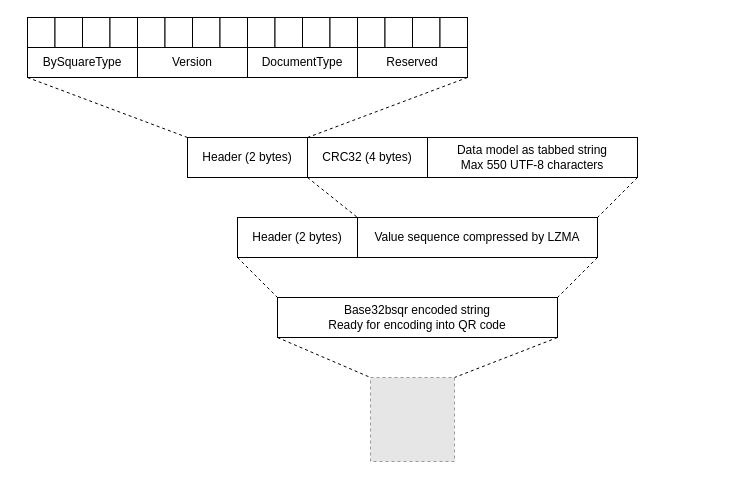
Above: docs/uml/logic.drawio in xseman/bysquare (draw.io), before the change. Source tidied: cells renumbered, new cells numbered last; positions are measured from the earlier drawing's top-left corner, leaving out a move shared by most shapes. Both pictures are drawn from the tidied source at 100%, with x=0, y=0 at pixel (27, 17). Pictures stored in the file or linked from it are replaced by grey dashed boxes.
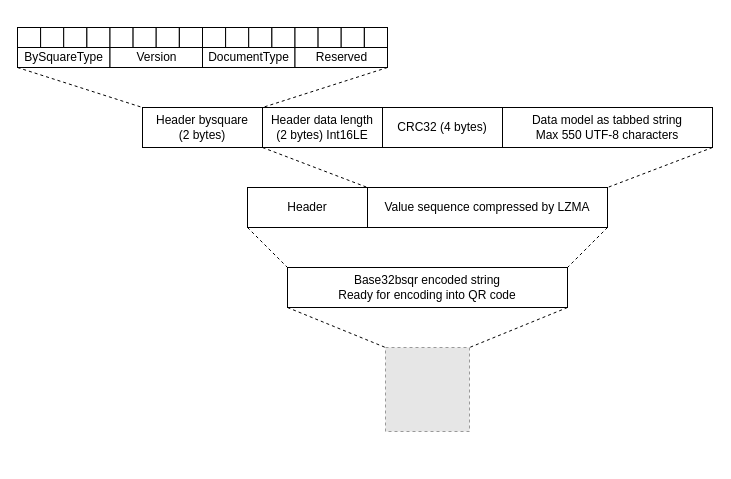
After the change.

The edit, as a diff of the source:
```diff
@@
-    <mxCell id="2" style="edgeStyle=none;rounded=1;html=1;exitX=1;exitY=1;exitDx=0;exitDy=0;entryX=1;entryY=0;entryDx=0;entryDy=0;dashed=1;endArrow=none;endFill=0;" parent="1" edge="1" source="3" target="6">
+    <mxCell id="2" style="edgeStyle=none;html=1;exitX=1;exitY=1;exitDx=0;exitDy=0;entryX=1;entryY=0;entryDx=0;entryDy=0;dashed=1;endArrow=none;endFill=0;rounded=0;" parent="1" edge="1" source="3" target="6">
       <mxGeometry relative="1" as="geometry" />
     </mxCell>
     <mxCell id="3" value="Value sequence compressed by LZMA" style="whiteSpace=wrap;html=1;rounded=0;" parent="1" vertex="1">
-      <mxGeometry x="330" y="200" width="240" height="40" as="geometry" />
+      <mxGeometry x="340" y="170" width="240" height="40" as="geometry" />
     </mxCell>
-    <mxCell id="4" style="edgeStyle=none;rounded=1;html=1;exitX=1;exitY=1;exitDx=0;exitDy=0;entryX=1;entryY=0;entryDx=0;entryDy=0;dashed=1;endArrow=none;endFill=0;" parent="1" edge="1" source="6" target="41">
+    <mxCell id="4" style="edgeStyle=none;html=1;exitX=1;exitY=1;exitDx=0;exitDy=0;entryX=1;entryY=0;entryDx=0;entryDy=0;dashed=1;endArrow=none;endFill=0;rounded=0;" parent="1" edge="1" source="6" target="41">
       <mxGeometry relative="1" as="geometry" />
     </mxCell>
-    <mxCell id="5" style="edgeStyle=none;rounded=1;html=1;exitX=0;exitY=1;exitDx=0;exitDy=0;entryX=0;entryY=0;entryDx=0;entryDy=0;dashed=1;endArrow=none;endFill=0;" parent="1" edge="1" source="6" target="41">
+    <mxCell id="5" style="edgeStyle=none;html=1;exitX=0;exitY=1;exitDx=0;exitDy=0;entryX=0;entryY=0;entryDx=0;entryDy=0;dashed=1;endArrow=none;endFill=0;rounded=0;" parent="1" edge="1" source="6" target="41">
       <mxGeometry relative="1" as="geometry" />
     </mxCell>
     <mxCell id="6" value="Base32bsqr encoded string&lt;br&gt;Ready for encoding into QR code" style="whiteSpace=wrap;html=1;rounded=0;" parent="1" vertex="1">
-      <mxGeometry x="250" y="280" width="280" height="40" as="geometry" />
+      <mxGeometry x="260" y="250" width="280" height="40" as="geometry" />
     </mxCell>
     <mxCell id="7" style="group;rounded=0;" parent="1" vertex="1">
-      <mxGeometry width="440" height="60" as="geometry" />
+      <mxGeometry x="-10" y="10" width="370" height="40" as="geometry" />
     </mxCell>
     <mxCell id="8" style="group;rounded=0;" parent="7" vertex="1">
-      <mxGeometry width="110" height="60" as="geometry" />
+      <mxGeometry width="92.5" height="40" as="geometry" />
     </mxCell>
     <mxCell id="9" value="BySquareType" style="whiteSpace=wrap;html=1;rounded=0;" parent="8" vertex="1">
-      <mxGeometry y="30" width="110" height="30" as="geometry" />
+      <mxGeometry y="20" width="92.5" height="20" as="geometry" />
     </mxCell>
     <mxCell id="10" style="whiteSpace=wrap;html=1;rounded=0;" parent="8" vertex="1">
-      <mxGeometry width="27.5" height="30" as="geometry" />
+      <mxGeometry width="23.1" height="20" as="geometry" />
     </mxCell>
     <mxCell id="11" style="whiteSpace=wrap;html=1;rounded=0;" parent="8" vertex="1">
-      <mxGeometry x="27.5" width="27.5" height="30" as="geometry" />
+      <mxGeometry x="23.1" width="23.1" height="20" as="geometry" />
     </mxCell>
     <mxCell id="12" style="whiteSpace=wrap;html=1;rounded=0;" parent="8" vertex="1">
-      <mxGeometry x="55" width="27.5" height="30" as="geometry" />
+      <mxGeometry x="46.2" width="23.1" height="20" as="geometry" />
     </mxCell>
     <mxCell id="13" style="whiteSpace=wrap;html=1;rounded=0;" parent="8" vertex="1">
-      <mxGeometry x="82.5" width="27.5" height="30" as="geometry" />
+      <mxGeometry x="69.4" width="23.1" height="20" as="geometry" />
     </mxCell>
     <mxCell id="14" style="group;rounded=0;" parent="7" vertex="1">
-      <mxGeometry x="110" width="110" height="60" as="geometry" />
+      <mxGeometry x="92.5" width="92.5" height="40" as="geometry" />
     </mxCell>
     <mxCell id="15" value="Version" style="whiteSpace=wrap;html=1;rounded=0;" parent="14" vertex="1">
-      <mxGeometry y="30" width="110" height="30" as="geometry" />
+      <mxGeometry y="20" width="92.5" height="20" as="geometry" />
     </mxCell>
     <mxCell id="16" style="whiteSpace=wrap;html=1;rounded=0;" parent="14" vertex="1">
-      <mxGeometry width="27.5" height="30" as="geometry" />
+      <mxGeometry width="23.1" height="20" as="geometry" />
     </mxCell>
     <mxCell id="17" style="whiteSpace=wrap;html=1;rounded=0;" parent="14" vertex="1">
-      <mxGeometry x="27.5" width="27.5" height="30" as="geometry" />
+      <mxGeometry x="23.1" width="23.1" height="20" as="geometry" />
     </mxCell>
     <mxCell id="18" style="whiteSpace=wrap;html=1;rounded=0;" parent="14" vertex="1">
-      <mxGeometry x="55" width="27.5" height="30" as="geometry" />
+      <mxGeometry x="46.2" width="23.1" height="20" as="geometry" />
     </mxCell>
     <mxCell id="19" style="whiteSpace=wrap;html=1;rounded=0;" parent="14" vertex="1">
-      <mxGeometry x="82.5" width="27.5" height="30" as="geometry" />
+      <mxGeometry x="69.4" width="23.1" height="20" as="geometry" />
     </mxCell>
     <mxCell id="20" style="group;rounded=0;" parent="7" vertex="1">
-      <mxGeometry x="220" width="110" height="60" as="geometry" />
+      <mxGeometry x="185" width="92.5" height="40" as="geometry" />
     </mxCell>
     <mxCell id="21" value="DocumentType" style="whiteSpace=wrap;html=1;rounded=0;" parent="20" vertex="1">
-      <mxGeometry y="30" width="110" height="30" as="geometry" />
+      <mxGeometry y="20" width="92.5" height="20" as="geometry" />
     </mxCell>
     <mxCell id="22" style="whiteSpace=wrap;html=1;rounded=0;" parent="20" vertex="1">
-      <mxGeometry width="27.5" height="30" as="geometry" />
+      <mxGeometry width="23.1" height="20" as="geometry" />
     </mxCell>
     <mxCell id="23" style="whiteSpace=wrap;html=1;rounded=0;" parent="20" vertex="1">
-      <mxGeometry x="27.5" width="27.5" height="30" as="geometry" />
+      <mxGeometry x="23.1" width="23.1" height="20" as="geometry" />
     </mxCell>
     <mxCell id="24" style="whiteSpace=wrap;html=1;rounded=0;" parent="20" vertex="1">
-      <mxGeometry x="55" width="27.5" height="30" as="geometry" />
+      <mxGeometry x="46.2" width="23.1" height="20" as="geometry" />
     </mxCell>
     <mxCell id="25" style="whiteSpace=wrap;html=1;rounded=0;" parent="20" vertex="1">
-      <mxGeometry x="82.5" width="27.5" height="30" as="geometry" />
+      <mxGeometry x="69.4" width="23.1" height="20" as="geometry" />
     </mxCell>
     <mxCell id="26" style="group;rounded=0;" parent="7" vertex="1">
-      <mxGeometry x="330" width="110" height="60" as="geometry" />
+      <mxGeometry x="277.5" width="92.5" height="40" as="geometry" />
     </mxCell>
     <mxCell id="27" value="Reserved" style="whiteSpace=wrap;html=1;rounded=0;" parent="26" vertex="1">
-      <mxGeometry y="30" width="110" height="30" as="geometry" />
+      <mxGeometry y="20" width="92.5" height="20" as="geometry" />
     </mxCell>
     <mxCell id="28" style="whiteSpace=wrap;html=1;rounded=0;" parent="26" vertex="1">
-      <mxGeometry width="27.5" height="30" as="geometry" />
+      <mxGeometry width="23.1" height="20" as="geometry" />
     </mxCell>
     <mxCell id="29" style="whiteSpace=wrap;html=1;rounded=0;" parent="26" vertex="1">
-      <mxGeometry x="27.5" width="27.5" height="30" as="geometry" />
+      <mxGeometry x="23.1" width="23.1" height="20" as="geometry" />
     </mxCell>
     <mxCell id="30" style="whiteSpace=wrap;html=1;rounded=0;" parent="26" vertex="1">
-      <mxGeometry x="55" width="27.5" height="30" as="geometry" />
+      <mxGeometry x="46.2" width="23.1" height="20" as="geometry" />
     </mxCell>
     <mxCell id="31" style="whiteSpace=wrap;html=1;rounded=0;" parent="26" vertex="1">
-      <mxGeometry x="82.5" width="27.5" height="30" as="geometry" />
+      <mxGeometry x="69.4" width="23.1" height="20" as="geometry" />
     </mxCell>
-    <mxCell id="32" style="edgeStyle=none;html=1;exitX=1;exitY=1;exitDx=0;exitDy=0;entryX=1;entryY=0;entryDx=0;entryDy=0;dashed=1;endArrow=none;endFill=0;" parent="1" edge="1" source="27" target="36">
+    <mxCell id="32" style="edgeStyle=none;html=1;exitX=1;exitY=1;exitDx=0;exitDy=0;dashed=1;endArrow=none;endFill=0;entryX=0;entryY=0;entryDx=0;entryDy=0;rounded=0;" parent="1" edge="1" source="27" target="42">
       <mxGeometry relative="1" as="geometry" />
     </mxCell>
-    <mxCell id="33" style="edgeStyle=none;html=1;exitX=0;exitY=1;exitDx=0;exitDy=0;entryX=0;entryY=0;entryDx=0;entryDy=0;rounded=1;dashed=1;endArrow=none;endFill=0;" parent="1" edge="1" source="9" target="36">
+    <mxCell id="33" style="edgeStyle=none;html=1;exitX=0;exitY=1;exitDx=0;exitDy=0;entryX=0;entryY=0;entryDx=0;entryDy=0;dashed=1;endArrow=none;endFill=0;rounded=0;" parent="1" edge="1" source="9" target="36">
       <mxGeometry relative="1" as="geometry" />
     </mxCell>
-    <mxCell id="34" style="edgeStyle=none;rounded=1;html=1;exitX=0;exitY=1;exitDx=0;exitDy=0;entryX=0;entryY=0;entryDx=0;entryDy=0;dashed=1;endArrow=none;endFill=0;" parent="1" edge="1" source="35" target="6">
+    <mxCell id="34" style="edgeStyle=none;html=1;exitX=0;exitY=1;exitDx=0;exitDy=0;entryX=0;entryY=0;entryDx=0;entryDy=0;dashed=1;endArrow=none;endFill=0;rounded=0;" parent="1" edge="1" source="35" target="6">
       <mxGeometry relative="1" as="geometry" />
     </mxCell>
-    <mxCell id="35" value="Header (2 bytes)" style="whiteSpace=wrap;html=1;rounded=0;" parent="1" vertex="1">
-      <mxGeometry x="210" y="200" width="120" height="40" as="geometry" />
+    <mxCell id="35" value="Header" style="whiteSpace=wrap;html=1;rounded=0;" parent="1" vertex="1">
+      <mxGeometry x="220" y="170" width="120" height="40" as="geometry" />
     </mxCell>
-    <mxCell id="36" value="Header (2 bytes)" style="whiteSpace=wrap;html=1;rounded=0;" parent="1" vertex="1">
-      <mxGeometry x="160" y="120" width="120" height="40" as="geometry" />
+    <mxCell id="36" value="Header bysquare&lt;br&gt;(2 bytes)" style="whiteSpace=wrap;html=1;rounded=0;" parent="1" vertex="1">
+      <mxGeometry x="115" y="90" width="120" height="40" as="geometry" />
     </mxCell>
-    <mxCell id="37" style="edgeStyle=none;html=1;exitX=0;exitY=1;exitDx=0;exitDy=0;entryX=1;entryY=0;entryDx=0;entryDy=0;endArrow=none;endFill=0;dashed=1;" parent="1" edge="1" source="38" target="35">
+    <mxCell id="37" style="edgeStyle=none;html=1;exitX=0;exitY=1;exitDx=0;exitDy=0;entryX=0;entryY=0;entryDx=0;entryDy=0;endArrow=none;endFill=0;dashed=1;rounded=0;" parent="1" edge="1" source="42" target="3">
       <mxGeometry relative="1" as="geometry" />
     </mxCell>
     <mxCell id="38" value="CRC32 (4 bytes)" style="whiteSpace=wrap;html=1;rounded=0;" parent="1" vertex="1">
-      <mxGeometry x="280" y="120" width="120" height="40" as="geometry" />
+      <mxGeometry x="355" y="90" width="120" height="40" as="geometry" />
     </mxCell>
-    <mxCell id="39" style="edgeStyle=none;rounded=1;html=1;exitX=1;exitY=1;exitDx=0;exitDy=0;entryX=1;entryY=0;entryDx=0;entryDy=0;dashed=1;endArrow=none;endFill=0;" parent="1" edge="1" source="40" target="3">
+    <mxCell id="39" style="edgeStyle=none;html=1;exitX=1;exitY=1;exitDx=0;exitDy=0;entryX=1;entryY=0;entryDx=0;entryDy=0;dashed=1;endArrow=none;endFill=0;rounded=0;" parent="1" edge="1" source="40" target="3">
       <mxGeometry relative="1" as="geometry" />
     </mxCell>
     <mxCell id="40" value="Data model as tabbed string&lt;br&gt;Max 550 UTF-8 characters" style="whiteSpace=wrap;html=1;rounded=0;" parent="1" vertex="1">
-      <mxGeometry x="400" y="120" width="210" height="40" as="geometry" />
+      <mxGeometry x="475" y="90" width="210" height="40" as="geometry" />
     </mxCell>
     <mxCell id="41" style="fillColor=#E6E6E6;strokeColor=#999999;dashed=1;verticalLabelPosition=bottom;labelBackgroundColor=#ffffff;verticalAlign=top;" parent="1" vertex="1">
-      <mxGeometry x="343" y="360" width="84" height="84" as="geometry" />
+      <mxGeometry x="358" y="330" width="84" height="84" as="geometry" />
     </mxCell>
+    <mxCell id="42" value="Header data length&lt;br&gt;(2 bytes) Int16LE" style="whiteSpace=wrap;html=1;rounded=0;" parent="1" vertex="1">
+      <mxGeometry x="235" y="90" width="120" height="40" as="geometry" />
+    </mxCell>
```
